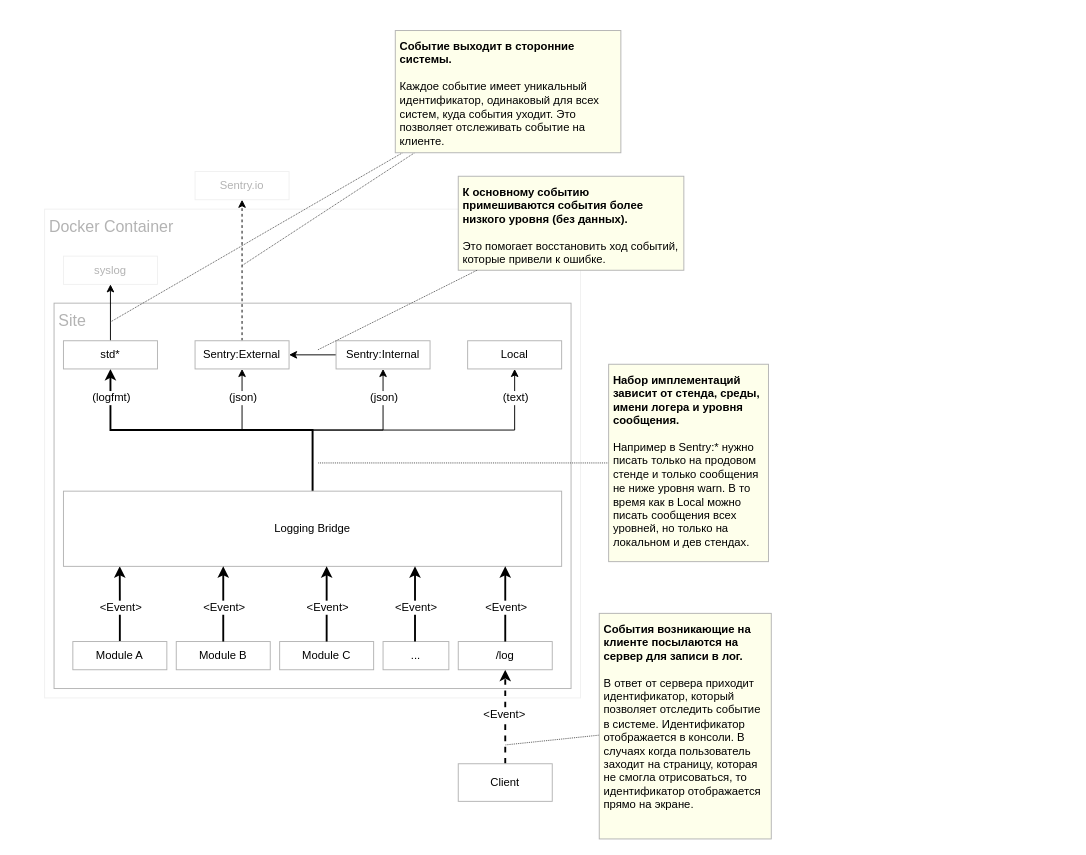
This is tmp.drawio from ajile/draw-io, a draw.io file, before an edit. Source tidied: cells renumbered, new cells numbered last; positions are measured from the earlier drawing's top-left corner, leaving out a move shared by most shapes. Both pictures are drawn from the tidied source at 94%, with x=0, y=0 at pixel (44, 30).
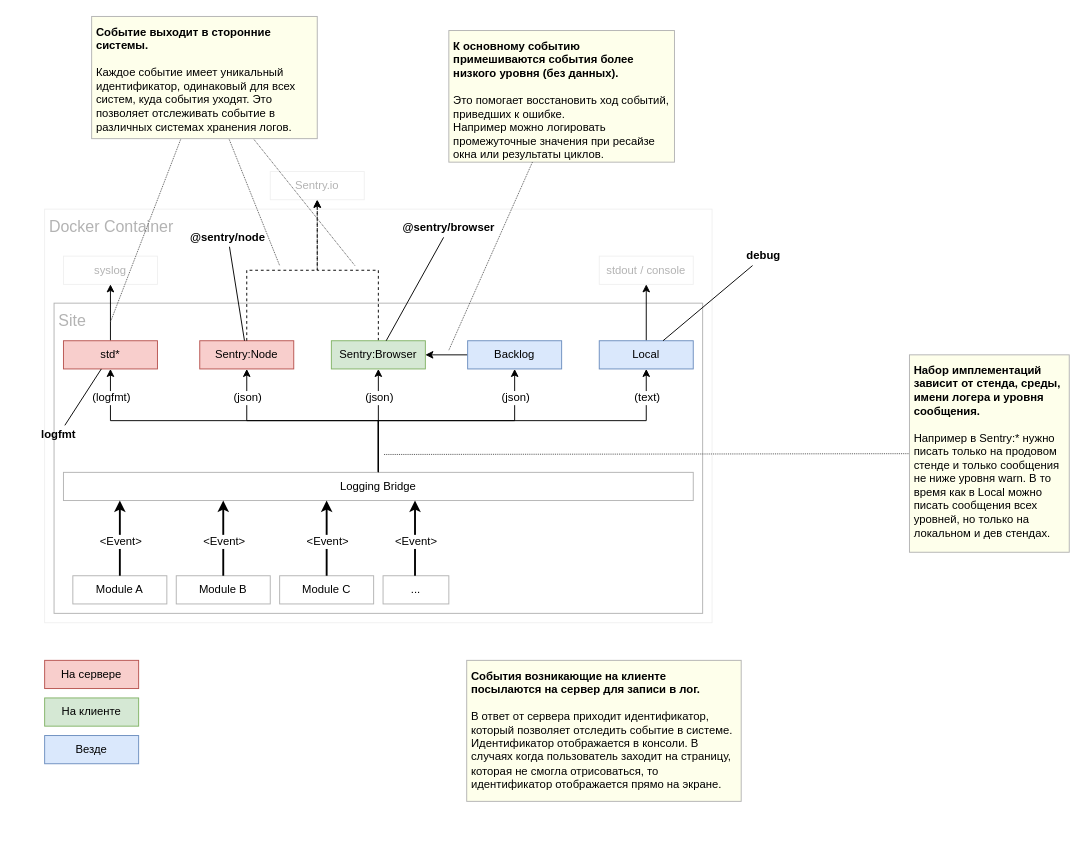
The same diagram, later.

The change refers to these unchanged cells:
```xml
<mxCell id="11" style="edgeStyle=orthogonalEdgeStyle;rounded=0;jettySize=auto;html=1;entryX=0.5;entryY=1;entryDx=0;entryDy=0;" parent="1" edge="1" source="17" target="26">
  <mxGeometry relative="1" as="geometry" />
</mxCell>
<mxCell id="13" style="edgeStyle=orthogonalEdgeStyle;rounded=0;jettySize=auto;html=1;entryX=0.5;entryY=1;entryDx=0;entryDy=0;" parent="1" edge="1" source="17" target="22">
  <mxGeometry relative="1" as="geometry" />
</mxCell>
<mxCell id="15" style="edgeStyle=orthogonalEdgeStyle;rounded=0;jettySize=auto;html=1;entryX=0.5;entryY=1;entryDx=0;entryDy=0;" parent="1" edge="1" source="17" target="23">
  <mxGeometry relative="1" as="geometry" />
</mxCell>
```

Diff of the diagram source:
```diff
@@
     <mxCell id="2" value="Docker Container" style="rounded=0;whiteSpace=wrap;html=1;strokeColor=#F0F0F0;fontSize=17;fontColor=#B3B3B3;spacing=5;align=left;verticalAlign=top;" parent="1" vertex="1">
-      <mxGeometry y="190" width="570" height="520" as="geometry" />
+      <mxGeometry y="190" width="710" height="440" as="geometry" />
     </mxCell>
     <mxCell id="3" value="Site&lt;div style=&quot;text-align: left ; font-size: 17px&quot;&gt;&lt;/div&gt;" style="rounded=0;whiteSpace=wrap;html=1;strokeColor=#B3B3B3;align=left;verticalAlign=top;fontSize=17;labelBackgroundColor=none;fontColor=#B3B3B3;spacing=5;" parent="1" vertex="1">
-      <mxGeometry x="10" y="290" width="550" height="410" as="geometry" />
+      <mxGeometry x="10" y="290" width="690" height="330" as="geometry" />
     </mxCell>
-    <mxCell id="4" style="edgeStyle=orthogonalEdgeStyle;rounded=0;jettySize=auto;html=1;strokeWidth=2;entryX=0.113;entryY=1;entryDx=0;entryDy=0;entryPerimeter=0;exitX=0.5;exitY=0;exitDx=0;exitDy=0;" parent="1" edge="1" source="29" target="17">
-      <mxGeometry relative="1" as="geometry" />
-    </mxCell>
-    <mxCell id="5" value="&amp;lt;Event&amp;gt;&lt;br&gt;" style="text;html=1;align=center;verticalAlign=middle;labelBackgroundColor=#ffffff;" parent="4" vertex="1">
-      <mxGeometry x="-0.07" relative="1" as="geometry" />
-    </mxCell>
-    <mxCell id="6" style="edgeStyle=orthogonalEdgeStyle;rounded=0;jettySize=auto;html=1;entryX=0.5;entryY=1;entryDx=0;entryDy=0;dashed=1;strokeWidth=2;" parent="1" edge="1" source="8" target="31">
-      <mxGeometry relative="1" as="geometry" />
-    </mxCell>
-    <mxCell id="7" value="&amp;lt;Event&amp;gt;&lt;br&gt;" style="text;html=1;align=center;verticalAlign=middle;labelBackgroundColor=#ffffff;" parent="6" vertex="1">
-      <mxGeometry x="0.06" y="2" relative="1" as="geometry" />
-    </mxCell>
-    <mxCell id="8" value="Client" style="rounded=0;whiteSpace=wrap;html=1;strokeColor=#B3B3B3;" parent="1" vertex="1">
-      <mxGeometry x="440" y="780" width="100" height="40" as="geometry" />
-    </mxCell>
-    <mxCell id="9" style="edgeStyle=orthogonalEdgeStyle;rounded=0;jettySize=auto;html=1;entryX=0.5;entryY=1;entryDx=0;entryDy=0;strokeWidth=2;" parent="1" edge="1" source="17" target="19">
+    <mxCell id="9" style="edgeStyle=orthogonalEdgeStyle;rounded=0;jettySize=auto;html=1;entryX=0.5;entryY=1;entryDx=0;entryDy=0;strokeWidth=1;" parent="1" edge="1" source="17" target="19">
       <mxGeometry relative="1" as="geometry" />
     </mxCell>
     <mxCell id="10" value="(logfmt)" style="text;html=1;align=center;verticalAlign=middle;labelBackgroundColor=#ffffff;" parent="9" vertex="1">
       <mxGeometry x="0.57" y="-1" relative="1" as="geometry">
-        <mxPoint x="-9" y="-34" as="offset" />
+        <mxPoint x="-30" y="-24" as="offset" />
       </mxGeometry>
     </mxCell>
@@
     <mxCell id="12" value="(json)" style="text;html=1;align=center;verticalAlign=middle;labelBackgroundColor=#ffffff;" parent="11" vertex="1">
       <mxGeometry x="0.49" y="-1" relative="1" as="geometry">
-        <mxPoint x="-1" y="-22" as="offset" />
+        <mxPoint x="-1" y="2" as="offset" />
       </mxGeometry>
     </mxCell>
@@
     <mxCell id="14" value="(json)" style="text;html=1;align=center;verticalAlign=middle;labelBackgroundColor=#ffffff;" parent="13" vertex="1">
       <mxGeometry x="0.53" y="3" relative="1" as="geometry">
-        <mxPoint x="3" y="-18" as="offset" />
+        <mxPoint x="5" y="-22" as="offset" />
       </mxGeometry>
     </mxCell>
@@
     <mxCell id="16" value="(text)" style="text;html=1;align=center;verticalAlign=middle;labelBackgroundColor=#ffffff;" parent="15" vertex="1">
       <mxGeometry x="0.7" y="-2" relative="1" as="geometry">
-        <mxPoint x="-2" y="-22" as="offset" />
+        <mxPoint x="4" y="-27" as="offset" />
       </mxGeometry>
     </mxCell>
     <mxCell id="17" value="Logging Bridge&lt;br&gt;" style="rounded=0;whiteSpace=wrap;html=1;strokeColor=#B3B3B3;" parent="1" vertex="1">
-      <mxGeometry x="20" y="490" width="530" height="80" as="geometry" />
+      <mxGeometry x="20" y="470" width="670" height="30" as="geometry" />
     </mxCell>
@@
-    <mxCell id="19" value="std*&lt;br&gt;" style="rounded=0;whiteSpace=wrap;html=1;strokeColor=#B3B3B3;" parent="1" vertex="1">
+    <mxCell id="19" value="std*&lt;br&gt;" style="rounded=0;whiteSpace=wrap;html=1;strokeColor=#b85450;fillColor=#f8cecc;" parent="1" vertex="1">
       <mxGeometry x="20" y="330" width="100" height="30" as="geometry" />
     </mxCell>
@@
-    <mxCell id="22" value="Sentry:Internal&lt;br&gt;" style="rounded=0;whiteSpace=wrap;html=1;strokeColor=#B3B3B3;" parent="1" vertex="1">
-      <mxGeometry x="310" y="330" width="100" height="30" as="geometry" />
+    <mxCell id="22" value="Backlog&lt;br&gt;" style="rounded=0;whiteSpace=wrap;html=1;strokeColor=#6c8ebf;fillColor=#dae8fc;" parent="1" vertex="1">
+      <mxGeometry x="450" y="330" width="100" height="30" as="geometry" />
     </mxCell>
+    <mxCell id="50" style="edgeStyle=orthogonalEdgeStyle;rounded=0;jettySize=auto;html=1;strokeWidth=1;" parent="1" edge="1" source="23" target="55">
+      <mxGeometry relative="1" as="geometry" />
+    </mxCell>
-    <mxCell id="23" value="Local&lt;br&gt;" style="rounded=0;whiteSpace=wrap;html=1;strokeColor=#B3B3B3;" parent="1" vertex="1">
-      <mxGeometry x="450" y="330" width="100" height="30" as="geometry" />
+    <mxCell id="23" value="Local&lt;br&gt;" style="rounded=0;whiteSpace=wrap;html=1;strokeColor=#6c8ebf;fillColor=#dae8fc;" parent="1" vertex="1">
+      <mxGeometry x="590" y="330" width="100" height="30" as="geometry" />
     </mxCell>
@@
     <mxCell id="25" value="Sentry.io&lt;br&gt;" style="rounded=0;whiteSpace=wrap;html=1;strokeColor=#F0F0F0;fontColor=#B3B3B3;" parent="1" vertex="1">
-      <mxGeometry x="160" y="150" width="100" height="30" as="geometry" />
+      <mxGeometry x="240" y="150" width="100" height="30" as="geometry" />
     </mxCell>
-    <mxCell id="26" value="&lt;span&gt;Sentry:External&lt;/span&gt;" style="rounded=0;whiteSpace=wrap;html=1;strokeColor=#B3B3B3;" parent="1" vertex="1">
-      <mxGeometry x="160" y="330" width="100" height="30" as="geometry" />
+    <mxCell id="26" value="&lt;span&gt;Sentry:Browser&lt;/span&gt;" style="rounded=0;whiteSpace=wrap;html=1;strokeColor=#82b366;fillColor=#d5e8d4;" parent="1" vertex="1">
+      <mxGeometry x="305" y="330" width="100" height="30" as="geometry" />
     </mxCell>
-    <mxCell id="27" value="&lt;b&gt;К основному событию примешиваются события более низкого уровня (без данных).&lt;/b&gt;&lt;br&gt;&lt;br&gt;Это помогает восстановить ход событий, которые привели к ошибке.&lt;br&gt;" style="text;html=1;strokeColor=#B3B3B3;fillColor=#FEFFEB;align=left;verticalAlign=top;whiteSpace=wrap;rounded=0;spacing=5;" parent="1" vertex="1">
-      <mxGeometry x="440" y="155" width="240" height="100" as="geometry" />
-    </mxCell>
-    <mxCell id="28" style="edgeStyle=none;rounded=0;jettySize=auto;html=1;endArrow=none;endFill=0;fontColor=#B3B3B3;dashed=1;strokeColor=#4D4D4D;dashPattern=1 1;" parent="1" edge="1" source="27">
-      <mxGeometry relative="1" as="geometry">
-        <mxPoint x="290" y="340" as="targetPoint" />
-      </mxGeometry>
-    </mxCell>
     <mxCell id="29" value="Module A" style="rounded=0;whiteSpace=wrap;html=1;strokeColor=#B3B3B3;" parent="1" vertex="1">
-      <mxGeometry x="30" y="650" width="100" height="30" as="geometry" />
+      <mxGeometry x="30" y="580" width="100" height="30" as="geometry" />
     </mxCell>
     <mxCell id="30" value="Module B" style="rounded=0;whiteSpace=wrap;html=1;strokeColor=#B3B3B3;" parent="1" vertex="1">
-      <mxGeometry x="140" y="650" width="100" height="30" as="geometry" />
+      <mxGeometry x="140" y="580" width="100" height="30" as="geometry" />
     </mxCell>
-    <mxCell id="31" value="/log" style="rounded=0;whiteSpace=wrap;html=1;strokeColor=#B3B3B3;" parent="1" vertex="1">
-      <mxGeometry x="440" y="650" width="100" height="30" as="geometry" />
-    </mxCell>
     <mxCell id="32" value="Module C" style="rounded=0;whiteSpace=wrap;html=1;strokeColor=#B3B3B3;" parent="1" vertex="1">
-      <mxGeometry x="250" y="650" width="100" height="30" as="geometry" />
+      <mxGeometry x="250" y="580" width="100" height="30" as="geometry" />
     </mxCell>
     <mxCell id="33" value="..." style="rounded=0;whiteSpace=wrap;html=1;strokeColor=#B3B3B3;" parent="1" vertex="1">
-      <mxGeometry x="360" y="650" width="70" height="30" as="geometry" />
+      <mxGeometry x="360" y="580" width="70" height="30" as="geometry" />
     </mxCell>
     <mxCell id="34" style="edgeStyle=orthogonalEdgeStyle;rounded=0;orthogonalLoop=1;jettySize=auto;html=1;strokeWidth=2;entryX=0.113;entryY=1;entryDx=0;entryDy=0;entryPerimeter=0;exitX=0.5;exitY=0;exitDx=0;exitDy=0;" parent="1" edge="1">
       <mxGeometry relative="1" as="geometry">
-        <mxPoint x="190" y="650" as="sourcePoint" />
-        <mxPoint x="190" y="570" as="targetPoint" />
+        <mxPoint x="190" y="580" as="sourcePoint" />
+        <mxPoint x="190" y="500" as="targetPoint" />
       </mxGeometry>
     </mxCell>
@@
     <mxCell id="36" style="edgeStyle=orthogonalEdgeStyle;rounded=0;orthogonalLoop=1;jettySize=auto;html=1;strokeWidth=2;entryX=0.113;entryY=1;entryDx=0;entryDy=0;entryPerimeter=0;exitX=0.5;exitY=0;exitDx=0;exitDy=0;" parent="1" edge="1">
       <mxGeometry relative="1" as="geometry">
-        <mxPoint x="300" y="650" as="sourcePoint" />
-        <mxPoint x="300" y="570" as="targetPoint" />
+        <mxPoint x="300" y="580" as="sourcePoint" />
+        <mxPoint x="300" y="500" as="targetPoint" />
       </mxGeometry>
     </mxCell>
@@
     <mxCell id="38" style="edgeStyle=orthogonalEdgeStyle;rounded=0;orthogonalLoop=1;jettySize=auto;html=1;strokeWidth=2;entryX=0.113;entryY=1;entryDx=0;entryDy=0;entryPerimeter=0;exitX=0.5;exitY=0;exitDx=0;exitDy=0;" parent="1" edge="1">
       <mxGeometry relative="1" as="geometry">
-        <mxPoint x="394" y="650" as="sourcePoint" />
-        <mxPoint x="394" y="570" as="targetPoint" />
+        <mxPoint x="394" y="580" as="sourcePoint" />
+        <mxPoint x="394" y="500" as="targetPoint" />
       </mxGeometry>
     </mxCell>
@@
-    <mxCell id="40" style="edgeStyle=orthogonalEdgeStyle;rounded=0;orthogonalLoop=1;jettySize=auto;html=1;strokeWidth=2;entryX=0.113;entryY=1;entryDx=0;entryDy=0;entryPerimeter=0;exitX=0.5;exitY=0;exitDx=0;exitDy=0;" parent="1" edge="1">
-      <mxGeometry relative="1" as="geometry">
-        <mxPoint x="490" y="650" as="sourcePoint" />
-        <mxPoint x="490" y="570" as="targetPoint" />
-      </mxGeometry>
-    </mxCell>
-    <mxCell id="41" value="&amp;lt;Event&amp;gt;&lt;br&gt;" style="text;html=1;align=center;verticalAlign=middle;labelBackgroundColor=#ffffff;" parent="40" vertex="1">
-      <mxGeometry x="-0.07" relative="1" as="geometry" />
-    </mxCell>
+    <mxCell id="51" value="&lt;span&gt;Sentry:Node&lt;/span&gt;" style="rounded=0;whiteSpace=wrap;html=1;strokeColor=#b85450;fillColor=#f8cecc;" parent="1" vertex="1">
+      <mxGeometry x="165" y="330" width="100" height="30" as="geometry" />
+    </mxCell>
+    <mxCell id="52" style="edgeStyle=orthogonalEdgeStyle;rounded=0;jettySize=auto;html=1;entryX=0.5;entryY=1;entryDx=0;entryDy=0;strokeWidth=1;exitX=0.5;exitY=0;exitDx=0;exitDy=0;" parent="1" edge="1" source="17" target="51">
+      <mxGeometry relative="1" as="geometry" />
+    </mxCell>
+    <mxCell id="53" value="(json)" style="text;html=1;align=center;verticalAlign=middle;labelBackgroundColor=#ffffff;" parent="52" vertex="1">
+      <mxGeometry x="0.57" y="-1" relative="1" as="geometry">
+        <mxPoint x="-1" y="-24" as="offset" />
+      </mxGeometry>
+    </mxCell>
+    <mxCell id="54" style="edgeStyle=orthogonalEdgeStyle;rounded=0;jettySize=auto;html=1;entryX=0.5;entryY=1;entryDx=0;entryDy=0;dashed=1;exitX=0.5;exitY=0;exitDx=0;exitDy=0;" parent="1" edge="1" source="51" target="25">
+      <mxGeometry relative="1" as="geometry" />
+    </mxCell>
+    <mxCell id="55" value="stdout / console" style="rounded=0;whiteSpace=wrap;html=1;strokeColor=#F0F0F0;fontColor=#B3B3B3;" parent="1" vertex="1">
+      <mxGeometry x="590" y="240" width="100" height="30" as="geometry" />
+    </mxCell>
+    <mxCell id="56" style="edgeStyle=none;rounded=0;jettySize=auto;html=1;endArrow=none;endFill=0;fontColor=#B3B3B3;dashed=1;strokeColor=#4D4D4D;dashPattern=1 1;" parent="1" edge="1" source="49">
+      <mxGeometry relative="1" as="geometry">
+        <mxPoint x="330" y="250" as="targetPoint" />
+      </mxGeometry>
+    </mxCell>
+    <mxCell id="57" value="На сервере" style="rounded=0;whiteSpace=wrap;html=1;strokeColor=#b85450;fillColor=#f8cecc;" parent="1" vertex="1">
+      <mxGeometry y="670" width="100" height="30" as="geometry" />
+    </mxCell>
+    <mxCell id="58" value="&lt;span&gt;На клиенте&lt;/span&gt;" style="rounded=0;whiteSpace=wrap;html=1;strokeColor=#82b366;fillColor=#d5e8d4;" parent="1" vertex="1">
+      <mxGeometry y="710" width="100" height="30" as="geometry" />
+    </mxCell>
+    <mxCell id="59" value="&lt;span&gt;Везде&lt;/span&gt;" style="rounded=0;whiteSpace=wrap;html=1;strokeColor=#6c8ebf;fillColor=#dae8fc;" parent="1" vertex="1">
+      <mxGeometry y="750" width="100" height="30" as="geometry" />
+    </mxCell>
+    <mxCell id="60" style="edgeStyle=orthogonalEdgeStyle;rounded=0;orthogonalLoop=1;jettySize=auto;html=1;strokeWidth=2;entryX=0.113;entryY=1;entryDx=0;entryDy=0;entryPerimeter=0;exitX=0.5;exitY=0;exitDx=0;exitDy=0;" parent="1" edge="1">
+      <mxGeometry relative="1" as="geometry">
+        <mxPoint x="80" y="580" as="sourcePoint" />
+        <mxPoint x="80" y="500" as="targetPoint" />
+      </mxGeometry>
+    </mxCell>
+    <mxCell id="61" value="&amp;lt;Event&amp;gt;&lt;br&gt;" style="text;html=1;align=center;verticalAlign=middle;labelBackgroundColor=#ffffff;" parent="60" vertex="1">
+      <mxGeometry x="-0.07" relative="1" as="geometry" />
+    </mxCell>
+    <mxCell id="62" parent="0" />
+    <mxCell id="63" style="rounded=0;jettySize=auto;html=1;endArrow=none;endFill=0;" parent="62" edge="1" source="64" target="26">
+      <mxGeometry relative="1" as="geometry" />
+    </mxCell>
+    <mxCell id="64" value="@sentry/browser" style="text;html=1;strokeColor=none;fillColor=none;align=center;verticalAlign=middle;whiteSpace=wrap;rounded=0;fontStyle=1;" parent="62" vertex="1">
+      <mxGeometry x="385" y="200" width="90" height="20" as="geometry" />
+    </mxCell>
+    <mxCell id="65" style="edgeStyle=none;rounded=0;jettySize=auto;html=1;endArrow=none;endFill=0;" parent="62" edge="1" source="66" target="23">
+      <mxGeometry relative="1" as="geometry" />
+    </mxCell>
+    <mxCell id="66" value="debug" style="text;html=1;strokeColor=none;fillColor=none;align=center;verticalAlign=middle;whiteSpace=wrap;rounded=0;fontStyle=1;" parent="62" vertex="1">
+      <mxGeometry x="720" y="230" width="90" height="20" as="geometry" />
+    </mxCell>
+    <mxCell id="67" style="edgeStyle=none;rounded=0;jettySize=auto;html=1;endArrow=none;endFill=0;" parent="62" edge="1" source="68" target="19">
+      <mxGeometry relative="1" as="geometry" />
+    </mxCell>
+    <mxCell id="68" value="logfmt" style="text;html=1;strokeColor=none;fillColor=none;align=center;verticalAlign=middle;whiteSpace=wrap;rounded=0;fontStyle=1;" parent="62" vertex="1">
+      <mxGeometry x="-30" y="420" width="90" height="20" as="geometry" />
+    </mxCell>
+    <mxCell id="69" value="@sentry/node" style="text;html=1;strokeColor=none;fillColor=none;align=center;verticalAlign=middle;whiteSpace=wrap;rounded=0;fontStyle=1;" parent="62" vertex="1">
+      <mxGeometry x="140" y="210" width="110" height="20" as="geometry" />
+    </mxCell>
+    <mxCell id="70" style="rounded=0;jettySize=auto;html=1;endArrow=none;endFill=0;" parent="62" edge="1" source="69" target="51">
+      <mxGeometry relative="1" as="geometry" />
+    </mxCell>
@@
     <mxCell id="43" style="edgeStyle=none;rounded=0;jettySize=auto;html=1;endArrow=none;endFill=0;dashed=1;strokeColor=#4D4D4D;dashPattern=1 1;" parent="42" edge="1" source="44">
       <mxGeometry relative="1" as="geometry">
-        <mxPoint x="290" y="460" as="targetPoint" />
+        <mxPoint x="360" y="451" as="targetPoint" />
       </mxGeometry>
     </mxCell>
     <mxCell id="44" value="&lt;b&gt;Набор имплементаций зависит от стенда, среды, имени логера и уровня сообщения.&lt;/b&gt;&lt;br&gt;&lt;br&gt;Например в&amp;nbsp;Sentry:* нужно писать только на продовом стенде и только сообщения не ниже уровня&amp;nbsp;warn. В то время как в Local можно писать сообщения всех уровней, но только на локальном и дев стендах.&lt;br&gt;" style="text;html=1;strokeColor=#B3B3B3;fillColor=#FEFFEB;align=left;verticalAlign=top;whiteSpace=wrap;rounded=0;spacing=5;" parent="42" vertex="1">
-      <mxGeometry x="600" y="355" width="170" height="210" as="geometry" />
+      <mxGeometry x="920" y="345" width="170" height="210" as="geometry" />
     </mxCell>
-    <mxCell id="45" style="edgeStyle=none;rounded=0;jettySize=auto;html=1;endArrow=none;endFill=0;fontColor=#B3B3B3;dashed=1;strokeColor=#4D4D4D;dashPattern=1 1;" parent="42" edge="1" source="46">
-      <mxGeometry relative="1" as="geometry">
-        <mxPoint x="490" y="760" as="targetPoint" />
-      </mxGeometry>
-    </mxCell>
     <mxCell id="46" value="&lt;b&gt;События возникающие на клиенте посылаются на сервер для записи в лог.&lt;/b&gt;&lt;br&gt;&lt;br&gt;В ответ от сервера приходит идентификатор, который позволяет отследить событие в системе. Идентификатор отображается в консоли. В случаях когда пользователь заходит на страницу, которая не смогла отрисоваться, то идентификатор отображается прямо на экране.&lt;br&gt;" style="text;html=1;strokeColor=#B3B3B3;fillColor=#FEFFEB;align=left;verticalAlign=top;whiteSpace=wrap;rounded=0;spacing=5;" parent="42" vertex="1">
-      <mxGeometry x="590" y="620" width="183" height="240" as="geometry" />
+      <mxGeometry x="449" y="670" width="292" height="150" as="geometry" />
     </mxCell>
     <mxCell id="47" style="edgeStyle=none;rounded=0;jettySize=auto;html=1;endArrow=none;endFill=0;fontColor=#B3B3B3;dashed=1;strokeColor=#4D4D4D;dashPattern=1 1;" parent="42" edge="1" source="49">
       <mxGeometry relative="1" as="geometry">
-        <mxPoint x="210" y="250" as="targetPoint" />
+        <mxPoint x="250" y="250" as="targetPoint" />
       </mxGeometry>
     </mxCell>
@@
-    <mxCell id="49" value="&lt;b&gt;Событие выходит в сторонние системы.&lt;/b&gt;&lt;br&gt;&lt;br&gt;Каждое событие имеет уникальный идентификатор, одинаковый для всех систем, куда события уходит. Это позволяет отслеживать событие на клиенте.&lt;br&gt;" style="text;html=1;strokeColor=#B3B3B3;fillColor=#FEFFEB;align=left;verticalAlign=top;whiteSpace=wrap;rounded=0;spacing=5;" parent="42" vertex="1">
-      <mxGeometry x="373" width="240" height="130" as="geometry" />
+    <mxCell id="49" value="&lt;b&gt;Событие выходит в сторонние системы.&lt;/b&gt;&lt;br&gt;&lt;br&gt;Каждое событие имеет уникальный идентификатор, одинаковый для всех систем, куда события уходят. Это позволяет отслеживать событие в различных системах хранения логов.&lt;br&gt;" style="text;html=1;strokeColor=#B3B3B3;fillColor=#FEFFEB;align=left;verticalAlign=top;whiteSpace=wrap;rounded=0;spacing=5;" parent="42" vertex="1">
+      <mxGeometry x="50" y="-15" width="240" height="130" as="geometry" />
     </mxCell>
+    <mxCell id="27" value="&lt;b&gt;К основному событию примешиваются события более низкого уровня (без данных).&lt;/b&gt;&lt;br&gt;&lt;br&gt;Это помогает восстановить ход событий, приведших к ошибке.&lt;br&gt;Например можно логировать промежуточные значения при ресайзе окна или результаты циклов.&lt;br&gt;" style="text;html=1;strokeColor=#B3B3B3;fillColor=#FEFFEB;align=left;verticalAlign=top;whiteSpace=wrap;rounded=0;spacing=5;" parent="42" vertex="1">
+      <mxGeometry x="430" width="240" height="140" as="geometry" />
+    </mxCell>
+    <mxCell id="28" style="edgeStyle=none;rounded=0;jettySize=auto;html=1;endArrow=none;endFill=0;fontColor=#B3B3B3;dashed=1;strokeColor=#4D4D4D;dashPattern=1 1;" parent="42" edge="1" source="27">
+      <mxGeometry relative="1" as="geometry">
+        <mxPoint x="430" y="340" as="targetPoint" />
+      </mxGeometry>
+    </mxCell>
```
